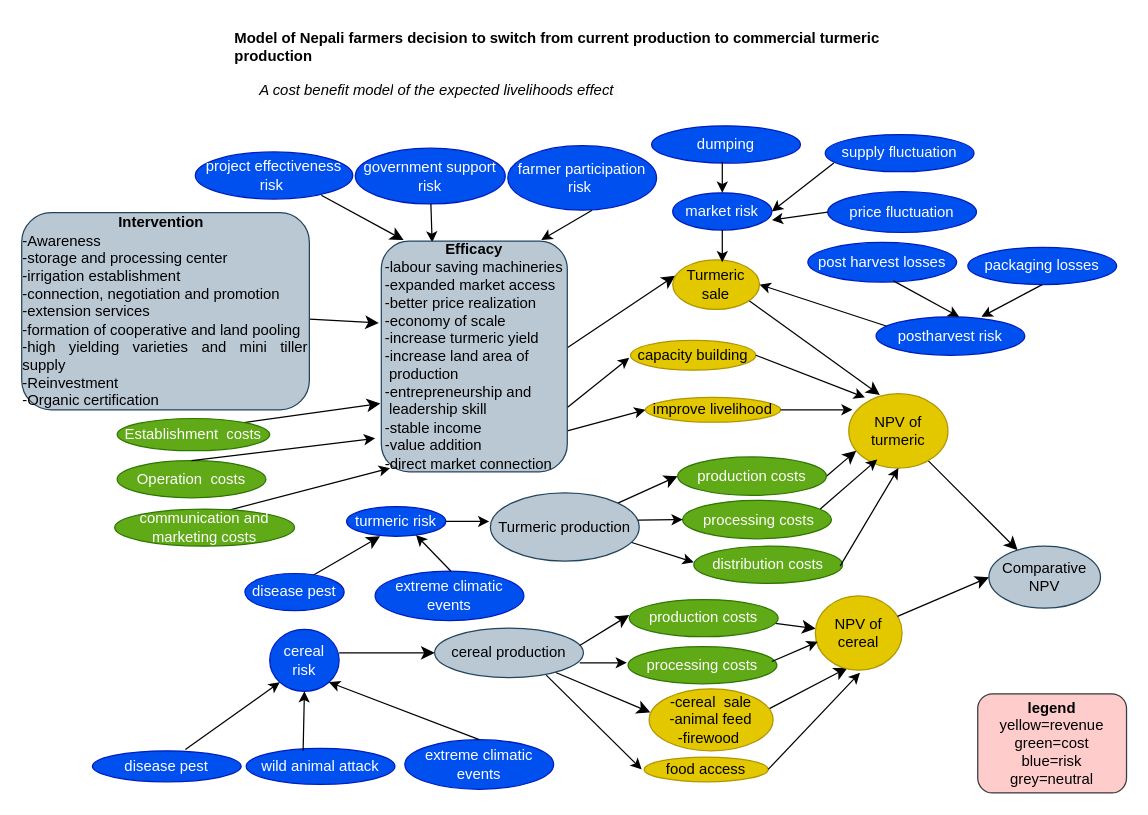
Before: Updated Diagram.drawio in AditiBista/nepal_turmeric, a draw.io diagram. Source tidied: cells renumbered, new cells numbered last; positions are measured from the earlier drawing's top-left corner, leaving out a move shared by most shapes. Both pictures are drawn from the tidied source at 124%, with x=0, y=0 at pixel (21, 21).
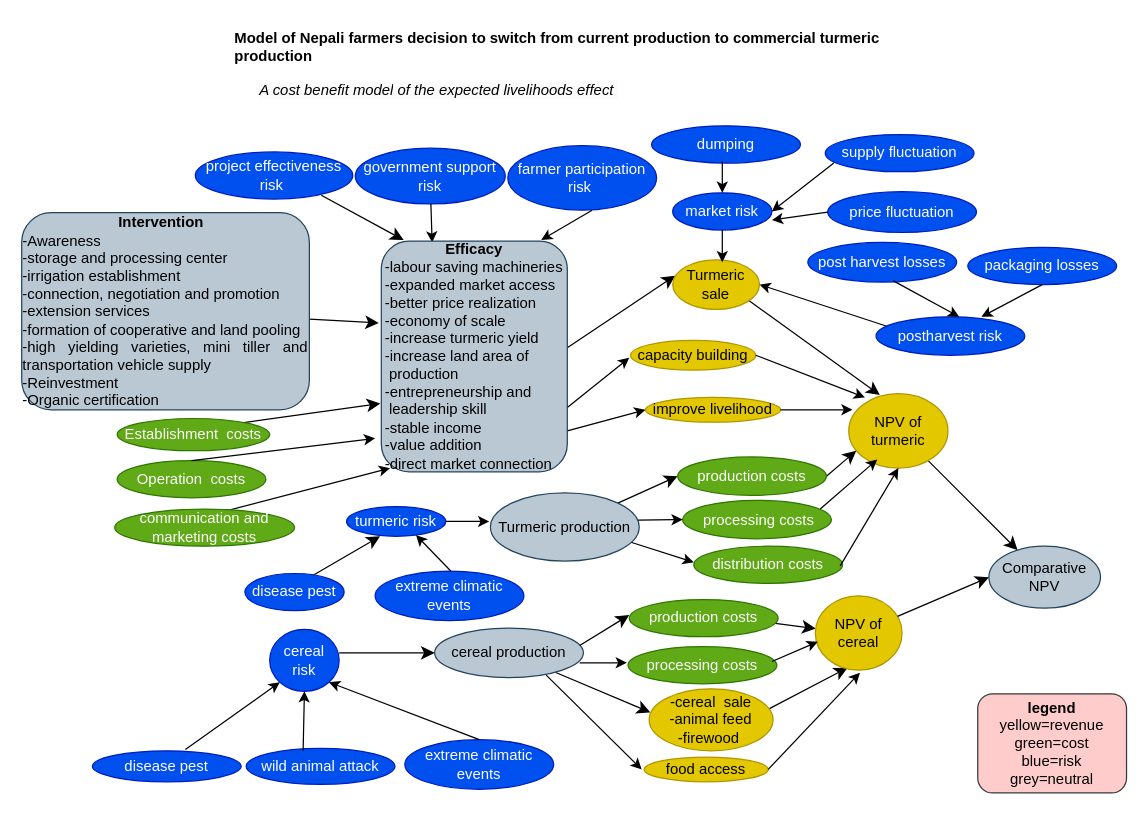
After the change.

Change to the diagram source:
```diff
@@
-    <mxCell id="47" value="&lt;b&gt;Intervention&amp;nbsp;&amp;nbsp;&lt;/b&gt;&lt;br&gt;&lt;div style=&quot;text-align: justify;&quot;&gt;-Awareness&lt;/div&gt;&lt;div style=&quot;text-align: justify;&quot;&gt;-storage and processing center&lt;/div&gt;&lt;div style=&quot;text-align: justify;&quot;&gt;-irrigation establishment&lt;/div&gt;&lt;div style=&quot;text-align: justify;&quot;&gt;-connection, negotiation and promotion&lt;/div&gt;&lt;div style=&quot;text-align: justify;&quot;&gt;-extension services&lt;/div&gt;&lt;div style=&quot;text-align: justify;&quot;&gt;-formation of cooperative and land pooling&amp;nbsp;&lt;/div&gt;&lt;div style=&quot;text-align: justify;&quot;&gt;-high yielding varieties and mini tiller supply&lt;/div&gt;&lt;div style=&quot;text-align: justify;&quot;&gt;-Reinvestment&lt;/div&gt;&lt;div style=&quot;text-align: justify;&quot;&gt;-Organic certification&lt;/div&gt;" style="rounded=1;whiteSpace=wrap;html=1;fillColor=#bac8d3;strokeColor=#23445d;" parent="1" vertex="1">
+    <mxCell id="47" value="&lt;b&gt;Intervention&amp;nbsp;&amp;nbsp;&lt;/b&gt;&lt;br&gt;&lt;div style=&quot;text-align: justify;&quot;&gt;-Awareness&lt;/div&gt;&lt;div style=&quot;text-align: justify;&quot;&gt;-storage and processing center&lt;/div&gt;&lt;div style=&quot;text-align: justify;&quot;&gt;-irrigation establishment&lt;/div&gt;&lt;div style=&quot;text-align: justify;&quot;&gt;-connection, negotiation and promotion&lt;/div&gt;&lt;div style=&quot;text-align: justify;&quot;&gt;-extension services&lt;/div&gt;&lt;div style=&quot;text-align: justify;&quot;&gt;-formation of cooperative and land pooling&amp;nbsp;&lt;/div&gt;&lt;div style=&quot;text-align: justify;&quot;&gt;-high yielding varieties, mini tiller and transportation vehicle supply&lt;/div&gt;&lt;div style=&quot;text-align: justify;&quot;&gt;-Reinvestment&lt;/div&gt;&lt;div style=&quot;text-align: justify;&quot;&gt;-Organic certification&lt;/div&gt;" style="rounded=1;whiteSpace=wrap;html=1;fillColor=#bac8d3;strokeColor=#23445d;" parent="1" vertex="1">
       <mxGeometry y="154" width="232" height="159" as="geometry" />
     </mxCell>
```
